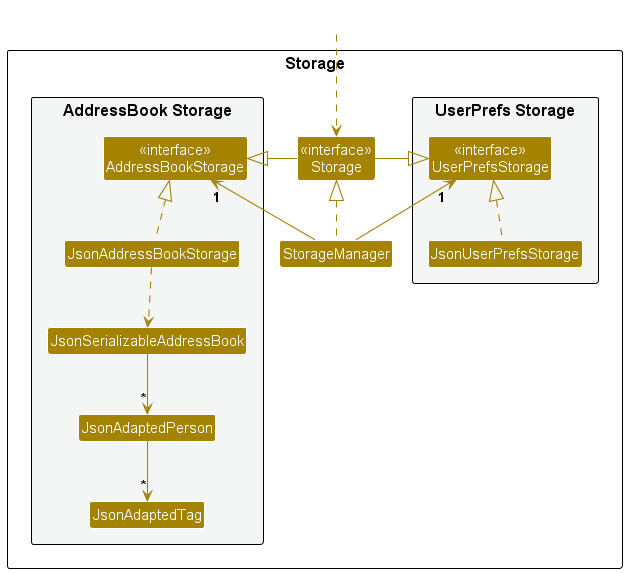
Above: docs/images/StorageClassDiagram.png in nus-cs2103-AY2425S1/tp (PlantUML), before the change.
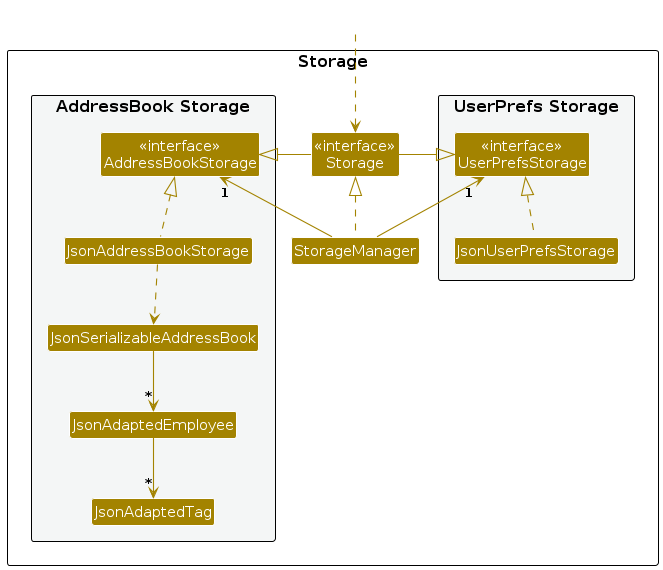
Above is the later version.

The edit, as a diff of the source:
```diff
@@ -18,7 +18,7 @@
 Class "<<interface>>\nAddressBookStorage" as AddressBookStorage
 Class JsonAddressBookStorage
 Class JsonSerializableAddressBook
-Class JsonAdaptedPerson
+Class JsonAdaptedEmployee
 Class JsonAdaptedTag
 }
 
@@ -37,7 +37,7 @@
 JsonUserPrefsStorage .up.|> UserPrefsStorage
 JsonAddressBookStorage .up.|> AddressBookStorage
 JsonAddressBookStorage ..> JsonSerializableAddressBook
-JsonSerializableAddressBook --> "*" JsonAdaptedPerson
-JsonAdaptedPerson --> "*" JsonAdaptedTag
+JsonSerializableAddressBook --> "*" JsonAdaptedEmployee
+JsonAdaptedEmployee --> "*" JsonAdaptedTag
 
 @enduml
```
